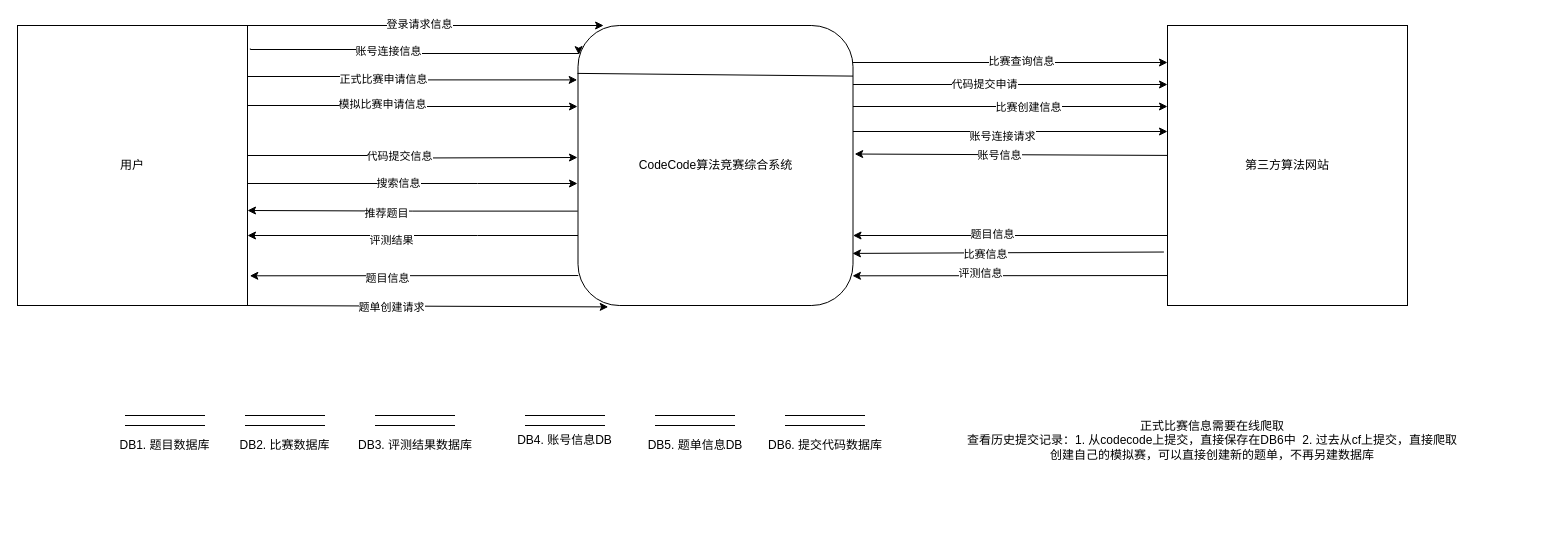
The draw.io diagram 分析文档/顶层流图.drawio in 12MegaA21/CodeCode, before the edit. Source tidied: cells renumbered, new cells numbered last; positions are measured from the earlier drawing's top-left corner, leaving out a move shared by most shapes. Both pictures are drawn from the tidied source at 100%, with x=0, y=0 at pixel (17, 25).
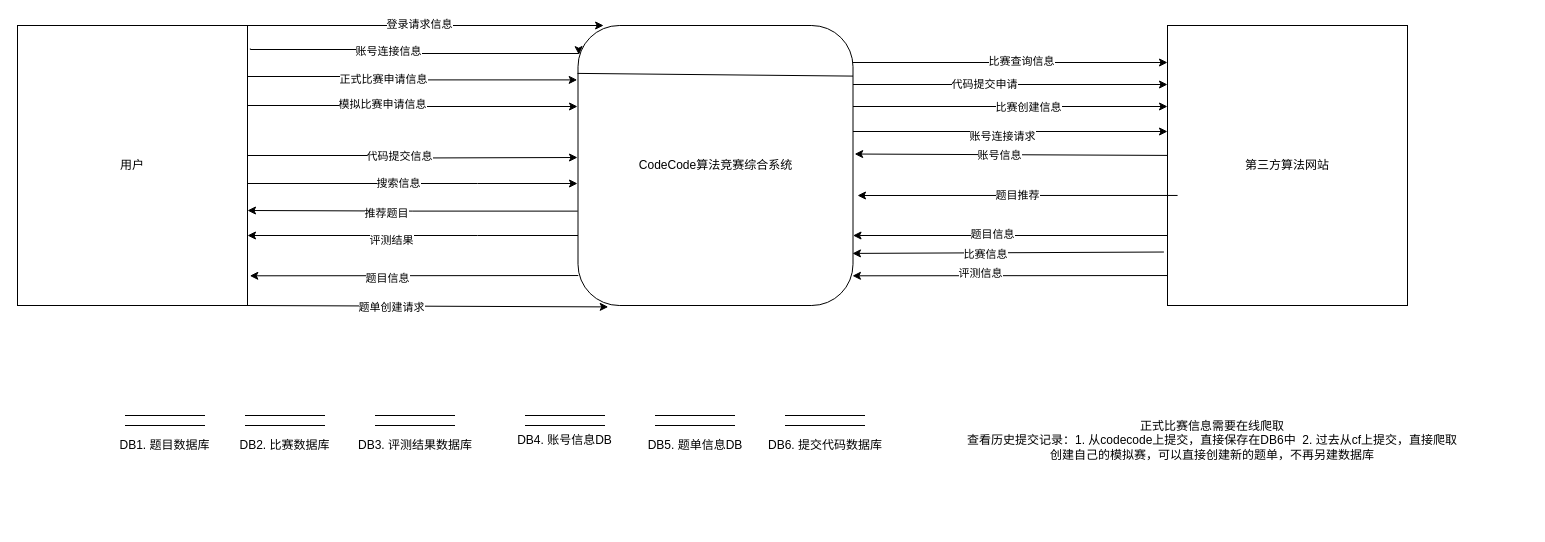
The same diagram, later.

Commit message:
更新顶层流图.drawio

Unchanged cells that the change refers to:
```xml
<mxCell id="4" value="第三方算法网站" style="rounded=0;whiteSpace=wrap;html=1;" parent="1" vertex="1">
  <mxGeometry x="1150" width="240" height="280" as="geometry" />
</mxCell>
```

What changed in the source:
```diff
@@
+    <mxCell id="78" value="题目推荐" style="endArrow=classic;html=1;rounded=0;exitX=0.042;exitY=0.607;exitDx=0;exitDy=0;exitPerimeter=0;" parent="1" edge="1" source="4">
+      <mxGeometry relative="1" as="geometry">
+        <mxPoint x="840" y="170" as="targetPoint" />
+      </mxGeometry>
+    </mxCell>
```
